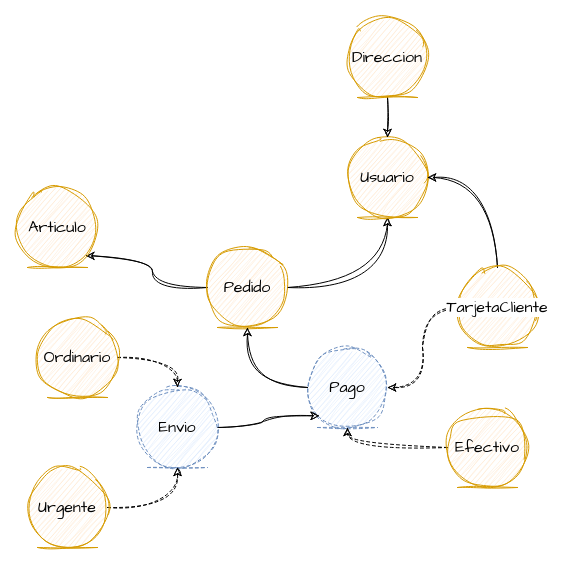
This is example/ejemplo.drawio from alexrcas/iomapper, a draw.io file, before an edit. Source tidied: cells renumbered, new cells numbered last; positions are measured from the earlier drawing's top-left corner, leaving out a move shared by most shapes. Both pictures are drawn from the tidied source at 100%, with x=0, y=0 at pixel (17, 17).
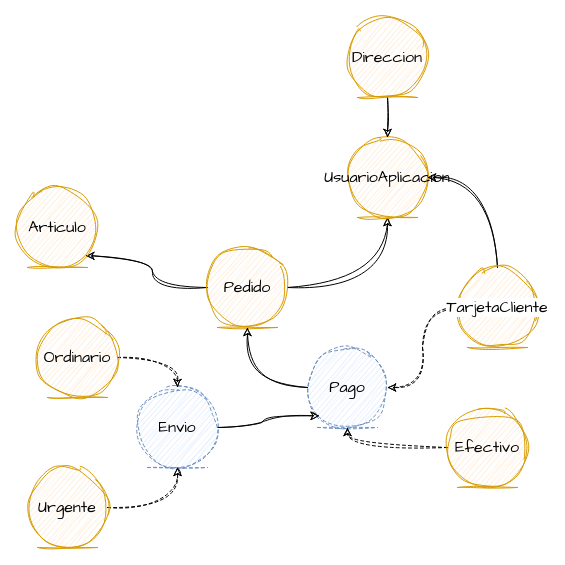
The same page after the edit.

Diff of the diagram source:
```diff
@@
-    <mxCell id="6" value="Usuario" style="ellipse;shape=umlEntity;whiteSpace=wrap;html=1;sketch=1;hachureGap=4;jiggle=2;curveFitting=1;fontFamily=Architects Daughter;fontSize=16;fillColor=#ffe6cc;strokeColor=#d79b00;" parent="1" vertex="1">
+    <mxCell id="6" value="UsuarioAplicacion" style="ellipse;shape=umlEntity;whiteSpace=wrap;html=1;sketch=1;hachureGap=4;jiggle=2;curveFitting=1;fontFamily=Architects Daughter;fontSize=16;fillColor=#ffe6cc;strokeColor=#d79b00;" parent="1" vertex="1">
       <mxGeometry x="330" y="120" width="80" height="80" as="geometry" />
     </mxCell>
```
